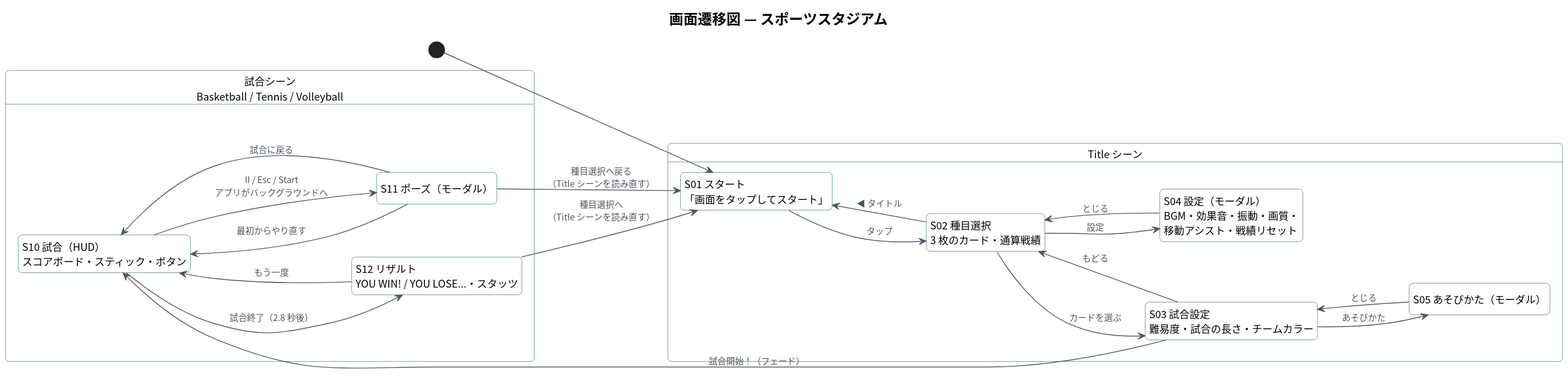
Earlier version of the PlantUML export Doc/diagrams/svg/screen-transition.svg (sawai-naoki-portfolio/SportsStadium).
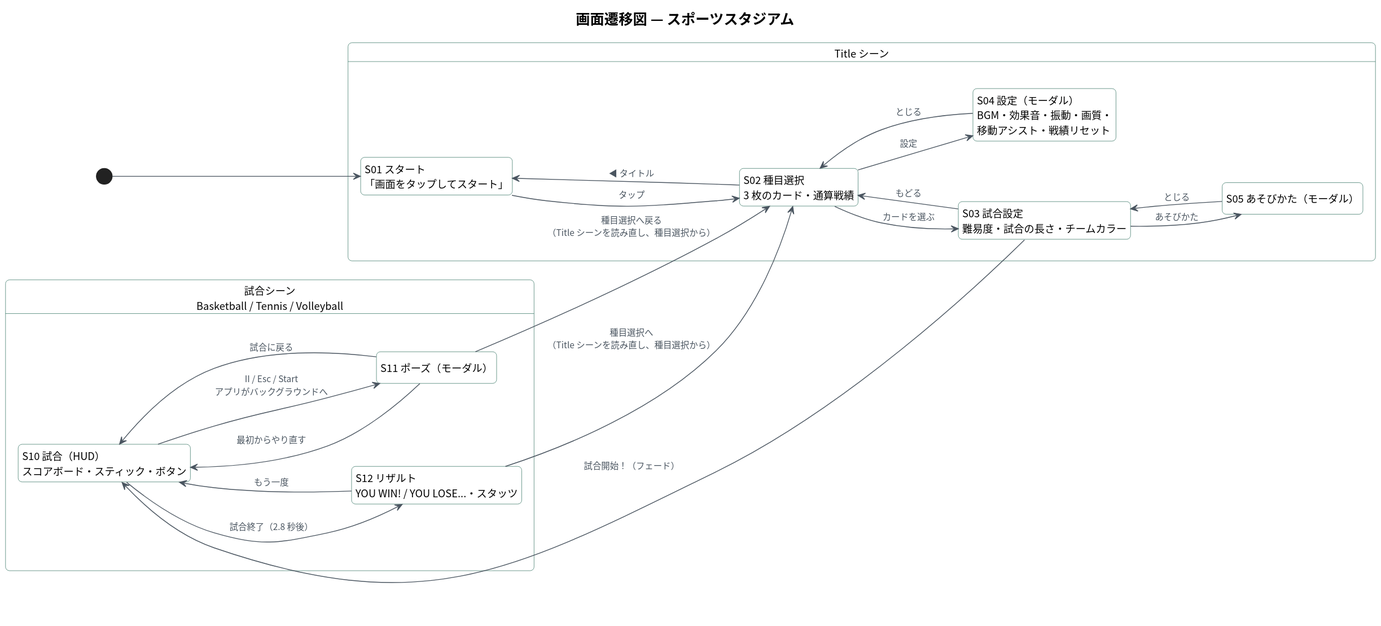
After the commit.

Commit message:
fix: 「種目選択へ」で種目選択から始まるようにする

What changed in the source:
```diff
@@ -30,8 +30,8 @@
 S10 --> S11 : II / Esc / Start\nアプリがバックグラウンドへ
 S11 --> S10 : 試合に戻る
 S11 --> S10 : 最初からやり直す
-S11 --> S01 : 種目選択へ戻る\n（Title シーンを読み直す）
+S11 --> S02 : 種目選択へ戻る\n（Title シーンを読み直し、種目選択から）
 S10 --> S12 : 試合終了（2.8 秒後）
 S12 --> S10 : もう一度
-S12 --> S01 : 種目選択へ\n（Title シーンを読み直す）
+S12 --> S02 : 種目選択へ\n（Title シーンを読み直し、種目選択から）
 @enduml
```
